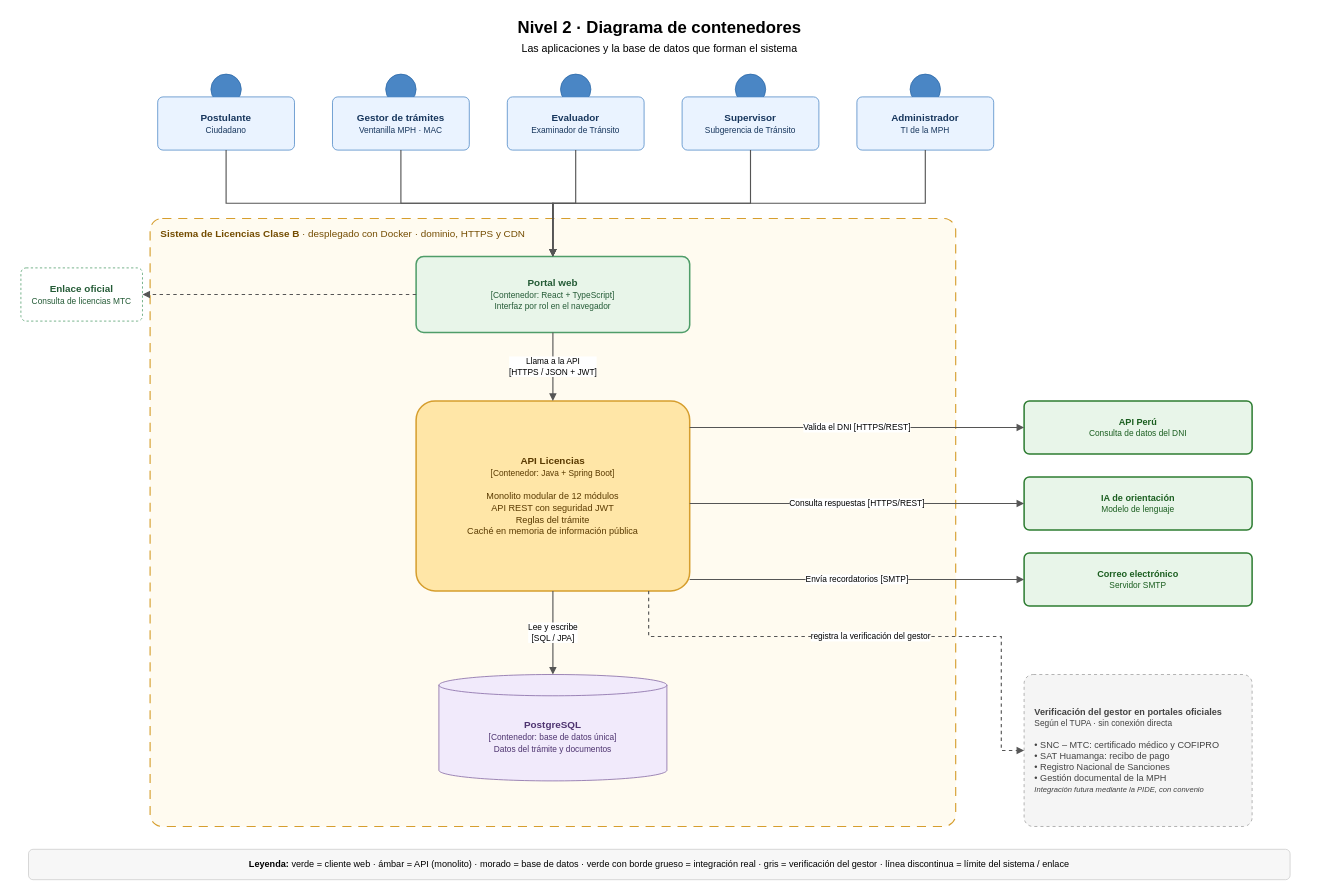
This is img/fuentes/nivel2-contenedores.drawio from AdirNC-27/sistema-licencias-conducir-arquitectura, a draw.io file, before an edit. Source tidied: cells renumbered, new cells numbered last; positions are measured from the earlier drawing's top-left corner, leaving out a move shared by most shapes. Both pictures are drawn from the tidied source at 76%, with x=0, y=0 at pixel (13, 13).
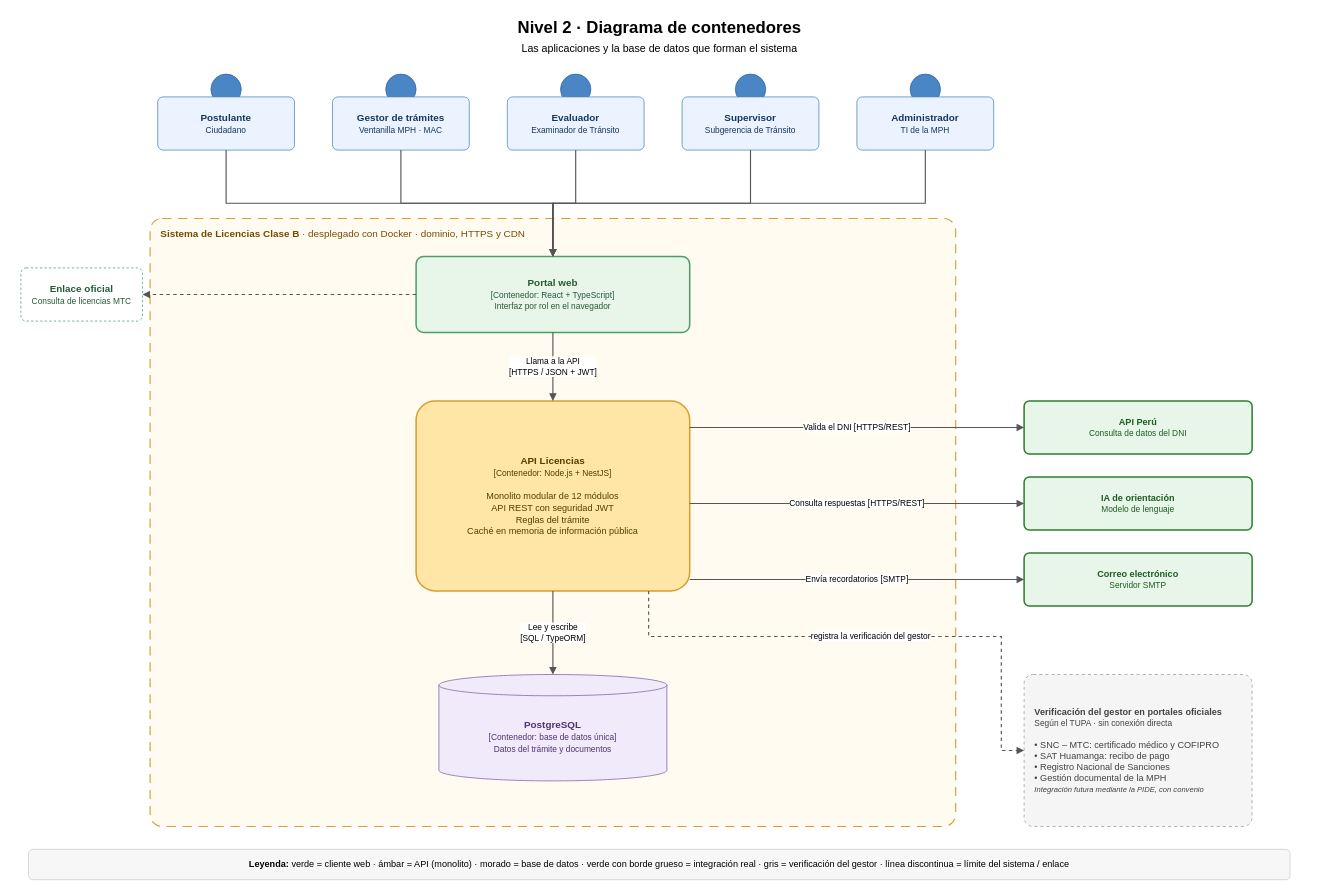
The same diagram, later.

The change refers to these unchanged cells:
```xml
<mxCell id="23" value="&lt;b&gt;PostgreSQL&lt;/b&gt;&lt;br&gt;&lt;span style='font-size:11px'&gt;[Contenedor: base de datos única]&lt;/span&gt;&lt;br&gt;&lt;span style='font-size:11px'&gt;Datos del trámite y documentos&lt;/span&gt;" style="shape=cylinder3;whiteSpace=wrap;html=1;boundedLbl=1;size=14;fontSize=13;fontFamily=Helvetica;fillColor=#F1EAFB;strokeColor=#8064A2;fontColor=#4E3470;" parent="1" vertex="1">
  <mxGeometry x="560" y="870" width="300" height="140" as="geometry" />
</mxCell>
```

What changed in the source:
```diff
@@
-    <mxCell id="21" value="&lt;b&gt;API Licencias&lt;/b&gt;&lt;br&gt;&lt;span style='font-size:11px'&gt;[Contenedor: Java + Spring Boot]&lt;/span&gt;&lt;br&gt;&lt;br&gt;&lt;span style='font-size:12px'&gt;Monolito modular de 12 módulos&lt;br&gt;API REST con seguridad JWT&lt;br&gt;Reglas del trámite&lt;br&gt;Caché en memoria de información pública&lt;/span&gt;" style="rounded=1;arcSize=10;whiteSpace=wrap;html=1;fontSize=13;fontFamily=Helvetica;fillColor=#FFE6A7;strokeColor=#D69E2E;fontColor=#5A3A00;strokeWidth=2;" parent="1" vertex="1">
+    <mxCell id="21" value="&lt;b&gt;API Licencias&lt;/b&gt;&lt;br&gt;&lt;span style='font-size:11px'&gt;[Contenedor: Node.js + NestJS]&lt;/span&gt;&lt;br&gt;&lt;br&gt;&lt;span style='font-size:12px'&gt;Monolito modular de 12 módulos&lt;br&gt;API REST con seguridad JWT&lt;br&gt;Reglas del trámite&lt;br&gt;Caché en memoria de información pública&lt;/span&gt;" style="rounded=1;arcSize=10;whiteSpace=wrap;html=1;fontSize=13;fontFamily=Helvetica;fillColor=#FFE6A7;strokeColor=#D69E2E;fontColor=#5A3A00;strokeWidth=2;" parent="1" vertex="1">
       <mxGeometry x="530" y="510" width="360" height="250" as="geometry" />
     </mxCell>
@@
-    <mxCell id="24" value="Lee y escribe&lt;br&gt;[SQL / JPA]" style="edgeStyle=orthogonalEdgeStyle;rounded=0;html=1;endArrow=block;endFill=1;strokeColor=#555555;strokeWidth=1.5;fontSize=11;labelBackgroundColor=#FFFFFF;fontFamily=Helvetica;" parent="1" edge="1" source="21" target="23">
+    <mxCell id="24" value="Lee y escribe&lt;br&gt;[SQL / TypeORM]" style="edgeStyle=orthogonalEdgeStyle;rounded=0;html=1;endArrow=block;endFill=1;strokeColor=#555555;strokeWidth=1.5;fontSize=11;labelBackgroundColor=#FFFFFF;fontFamily=Helvetica;" parent="1" edge="1" source="21" target="23">
       <mxGeometry relative="1" as="geometry" />
     </mxCell>
```
